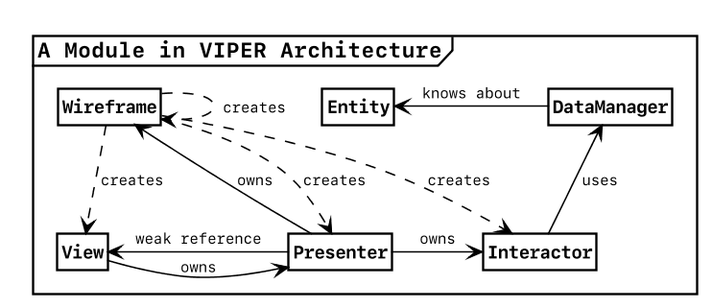
Earlier version of the PlantUML export doc/images/viper-architecture.png (eduDorus/PAWI). The source it was exported from:
```plantuml
@startuml
skinparam Shadowing false
skinparam DefaultFontName "SF Mono"
skinparam dpi 150
skinparam partitionBackgroundColor white

skinparam Class {
	BorderColor black
	ArrowColor black
	BackgroundColor white
	FontStyle bold
	StereotypeFontSize 10
	ArrowFontSize 10
	AttributeIconSize 0
}

hide empty fields
hide empty methods
hide circle

package "A Module in VIPER Architecture" <<Frame>> {
	class Wireframe
	class Presenter
	class View
	class Interactor

	Wireframe <-- Presenter : owns
	View <- Presenter : weak reference
	View -> Presenter : "owns"
	Presenter -> Interactor : owns
	Wireframe ..> Wireframe : creates
	Wireframe ..> Presenter : creates
	Wireframe ..> View : creates
	Wireframe ..> Interactor : creates
	Interactor -u-> DataManager : uses
	DataManager -l> Entity : knows about
}

@enduml
```
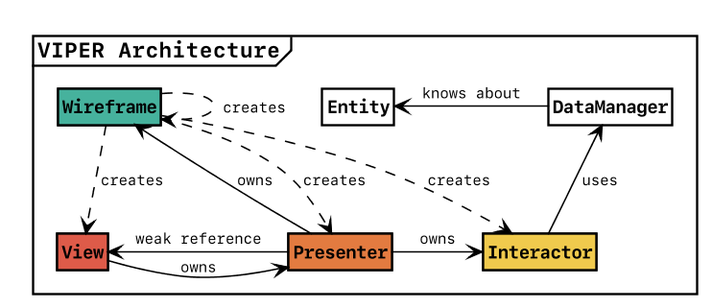
Above is the later version.

Change to the diagram source:
```diff
@@ -1,4 +1,5 @@
-@startuml
+@startuml viper-architecture
+
 skinparam Shadowing false
 skinparam DefaultFontName "SF Mono"
 skinparam dpi 150
@@ -12,17 +13,27 @@
 	StereotypeFontSize 10
 	ArrowFontSize 10
 	AttributeIconSize 0
+	HeaderBackgroundColor<<Wireframe>> #46B29D
+	HeaderBackgroundColor<<View>>  #DE5B49
+	HeaderBackgroundColor<<Interactor>> #F0CA4D
+	HeaderBackgroundColor<<Presenter>> #E37B40
+}
+
+skinparam Component {
+	BorderColor black
+	BackgroundColor white
 }
 
 hide empty fields
 hide empty methods
 hide circle
+hide stereotype
 
-package "A Module in VIPER Architecture" <<Frame>> {
-	class Wireframe
-	class Presenter
-	class View
-	class Interactor
+frame "VIPER Architecture" {
+	class Wireframe <<Wireframe>>
+	class Presenter <<Presenter>>
+	class View <<View>>
+	class Interactor <<Interactor>>
 
 	Wireframe <-- Presenter : owns
 	View <- Presenter : weak reference
```
